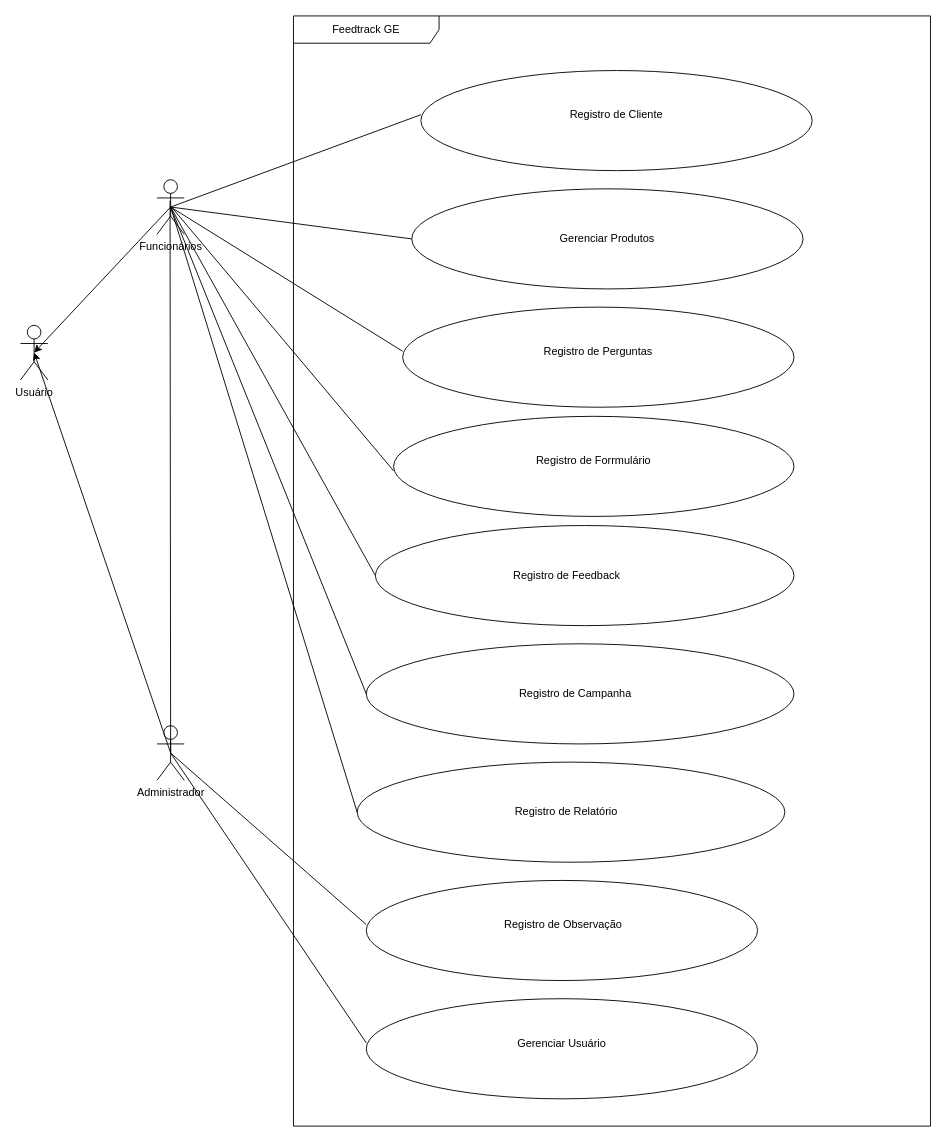
This is page "Visão-Geral-Domínio" (1 of 8) of requirements/feedtrack-caso-uso.drawio from equipe-feedtrack/feedtrack-server, a draw.io file, before an edit. Source tidied: cells renumbered, new cells numbered last; positions are measured from the earlier drawing's top-left corner, leaving out a move shared by most shapes. Both pictures are drawn from the tidied source at 91%, with x=0, y=0 at pixel (20, 15).
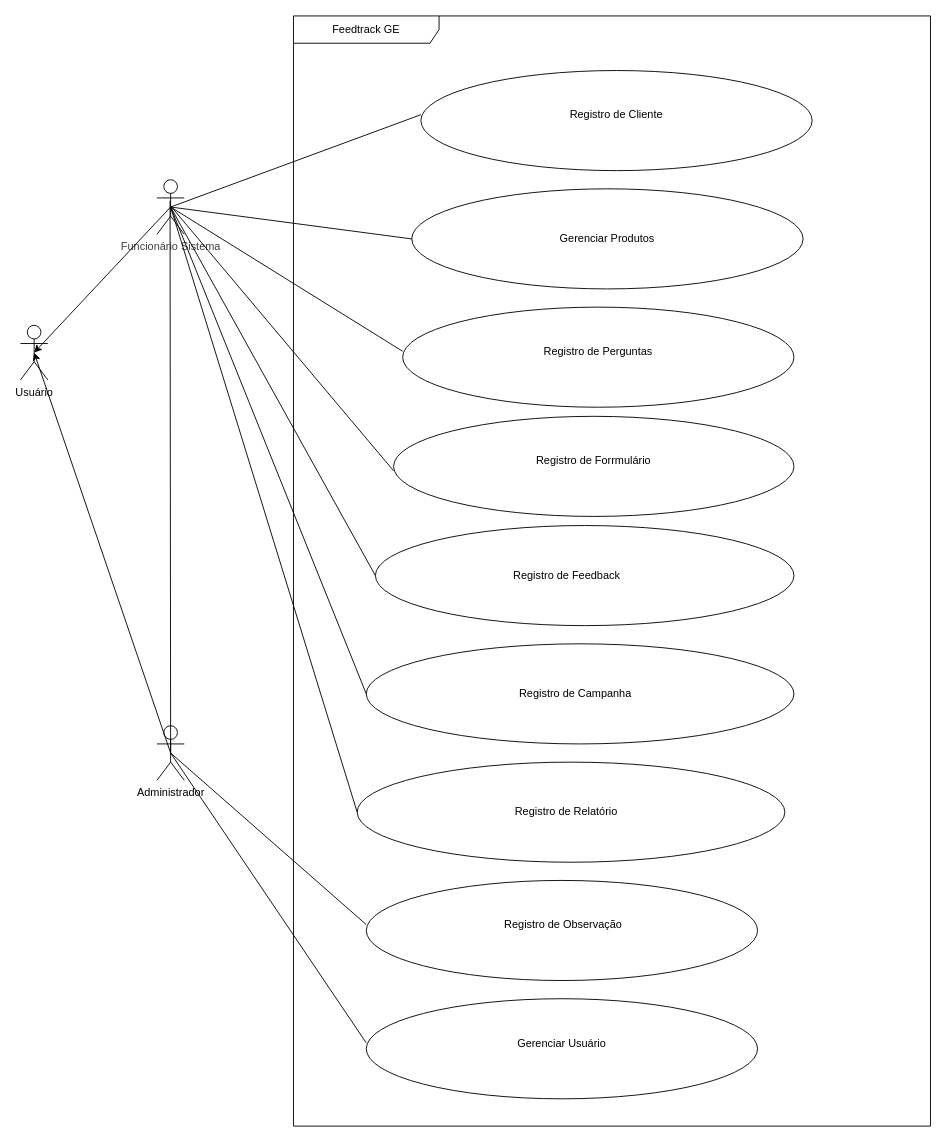
The same page after the edit.

What changed in the source:
```diff
@@
-    <mxCell id="22" value="&lt;div&gt;Funcionários&lt;/div&gt;" style="shape=umlActor;verticalLabelPosition=bottom;verticalAlign=top;html=1;" parent="1" vertex="1">
+    <mxCell id="22" value="&lt;span style=&quot;color: rgb(63, 63, 63);&quot;&gt;Funcionário Sistema&lt;/span&gt;" style="shape=umlActor;verticalLabelPosition=bottom;verticalAlign=top;html=1;" parent="1" vertex="1">
       <mxGeometry x="150" y="180" width="30" height="60" as="geometry" />
     </mxCell>
```
